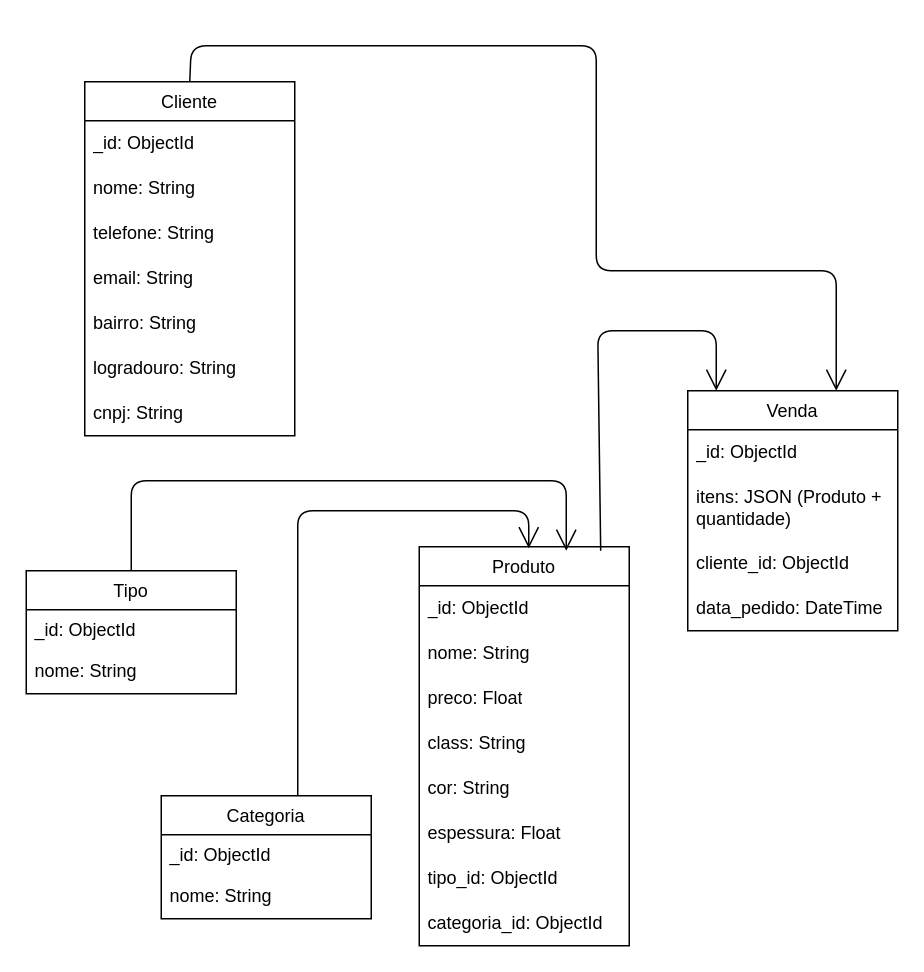
socratesmendes/PI-DSM-3semestre keeps this draw.io diagram as Docs/MER.drawio. Above is the earlier version. Source tidied: cells renumbered, new cells numbered last; positions are measured from the earlier drawing's top-left corner, leaving out a move shared by most shapes. Both pictures are drawn from the tidied source at 150%, with x=0, y=0 at pixel (26, 45).
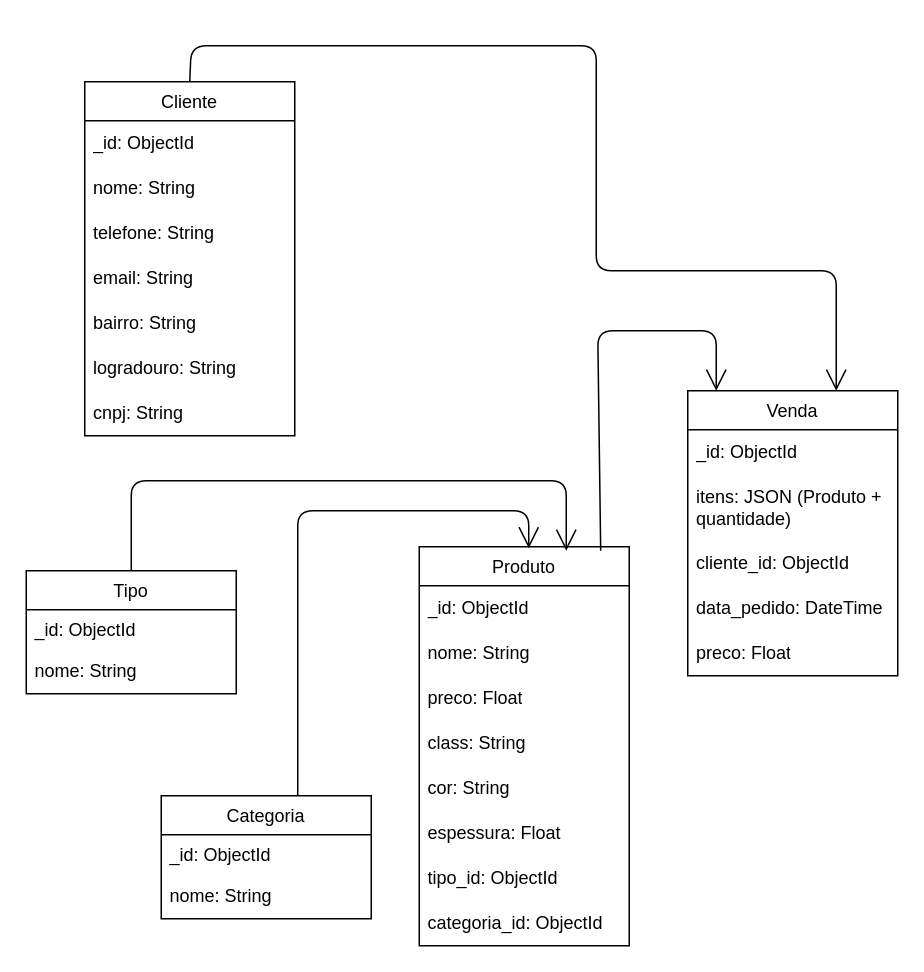
The same page after the edit.

Change to the diagram source:
```diff
@@
     <mxCell id="22" value="Venda" style="swimlane;fontStyle=0;horizontal=1;startSize=26;fillColor=none;" parent="1" vertex="1">
-      <mxGeometry x="441" y="230" width="140" height="160" as="geometry" />
+      <mxGeometry x="441" y="230" width="140" height="190" as="geometry" />
     </mxCell>
@@
+    <mxCell id="34" value="preco: Float" style="text;strokeColor=none;fillColor=none;align=left;verticalAlign=middle;spacingLeft=4;spacingRight=4;overflow=hidden;whiteSpace=wrap;html=1;" parent="22" vertex="1">
+      <mxGeometry y="160" width="140" height="30" as="geometry" />
+    </mxCell>
```
